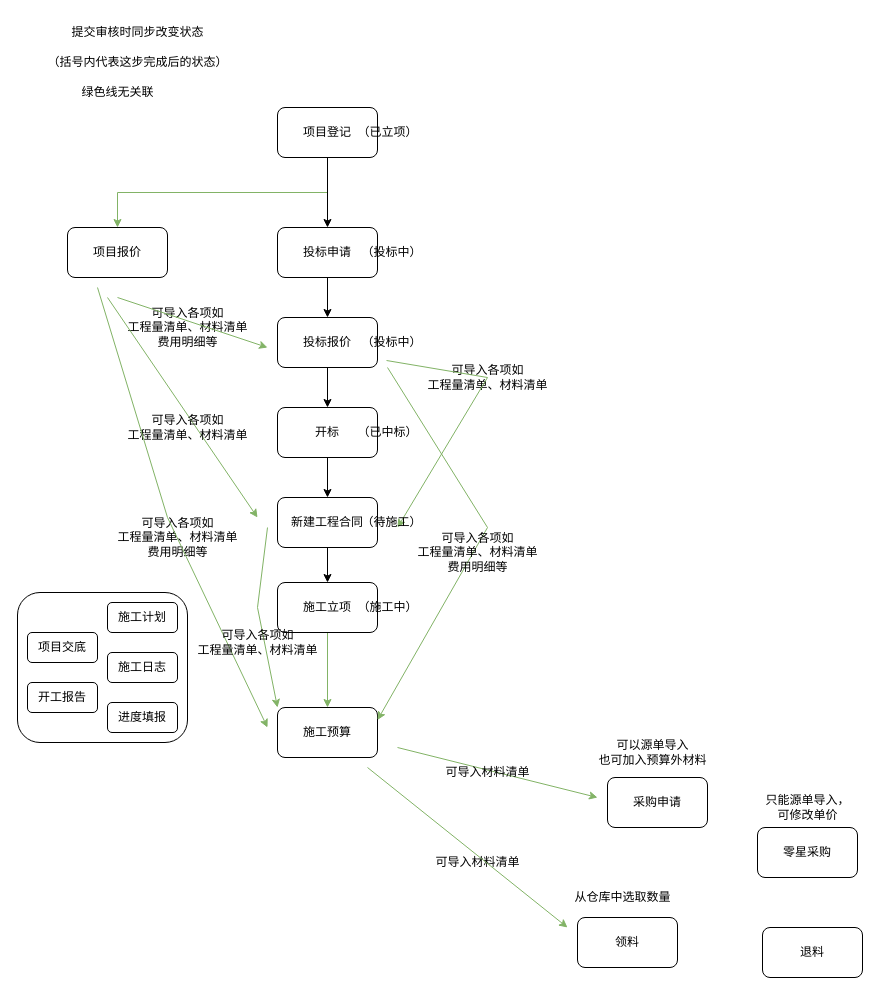
DearJJJ/my_design_pattern keeps this draw.io diagram as 自定义项目管理.drawio. Above is the earlier version. Source tidied: cells renumbered, new cells numbered last; positions are measured from the earlier drawing's top-left corner, leaving out a move shared by most shapes. Both pictures are drawn from the tidied source at 100%, with x=0, y=0 at pixel (17, 17).
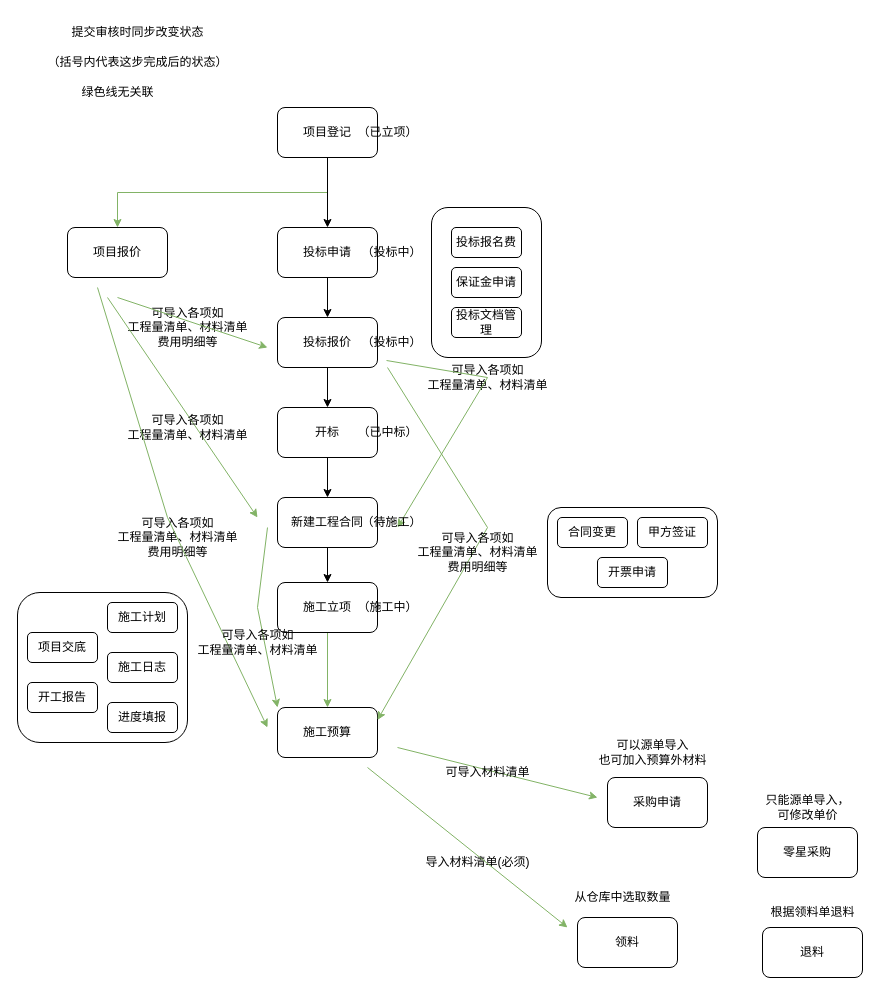
The same page after the edit.

Commit message:
更新自定义项目管理.drawio

What changed in the source:
```diff
@@
-    <mxCell id="53" value="可导入材料清单&lt;br&gt;" style="text;html=1;align=center;verticalAlign=middle;strokeColor=none;fillColor=none;" parent="1" vertex="1">
-      <mxGeometry x="405" y="830" width="110" height="30" as="geometry" />
+    <mxCell id="53" value="导入材料清单(必须)" style="text;html=1;align=center;verticalAlign=middle;strokeColor=none;fillColor=none;" parent="1" vertex="1">
+      <mxGeometry x="395" y="830" width="130" height="30" as="geometry" />
     </mxCell>
@@
+    <mxCell id="56" style="rounded=1;whiteSpace=wrap;html=1;" parent="1" vertex="1">
+      <mxGeometry x="414" y="190" width="110" height="150" as="geometry" />
+    </mxCell>
+    <mxCell id="57" value="投标报名费" style="rounded=1;whiteSpace=wrap;html=1;" parent="1" vertex="1">
+      <mxGeometry x="434" y="210" width="70" height="30" as="geometry" />
+    </mxCell>
+    <mxCell id="58" value="保证金申请" style="rounded=1;whiteSpace=wrap;html=1;" parent="1" vertex="1">
+      <mxGeometry x="434" y="250" width="70" height="30" as="geometry" />
+    </mxCell>
+    <mxCell id="59" value="投标文档管理" style="rounded=1;whiteSpace=wrap;html=1;" parent="1" vertex="1">
+      <mxGeometry x="434" y="290" width="70" height="30" as="geometry" />
+    </mxCell>
+    <mxCell id="60" style="rounded=1;whiteSpace=wrap;html=1;" parent="1" vertex="1">
+      <mxGeometry x="530" y="490" width="170" height="90" as="geometry" />
+    </mxCell>
+    <mxCell id="61" value="甲方签证" style="rounded=1;whiteSpace=wrap;html=1;" parent="1" vertex="1">
+      <mxGeometry x="620" y="500" width="70" height="30" as="geometry" />
+    </mxCell>
+    <mxCell id="62" value="合同变更" style="rounded=1;whiteSpace=wrap;html=1;" parent="1" vertex="1">
+      <mxGeometry x="540" y="500" width="70" height="30" as="geometry" />
+    </mxCell>
+    <mxCell id="63" value="根据领料单退料" style="text;html=1;align=center;verticalAlign=middle;strokeColor=none;fillColor=none;" parent="1" vertex="1">
+      <mxGeometry x="740" y="880" width="110" height="30" as="geometry" />
+    </mxCell>
+    <mxCell id="64" value="开票申请" style="rounded=1;whiteSpace=wrap;html=1;" parent="1" vertex="1">
+      <mxGeometry x="580" y="540" width="70" height="30" as="geometry" />
+    </mxCell>
```
